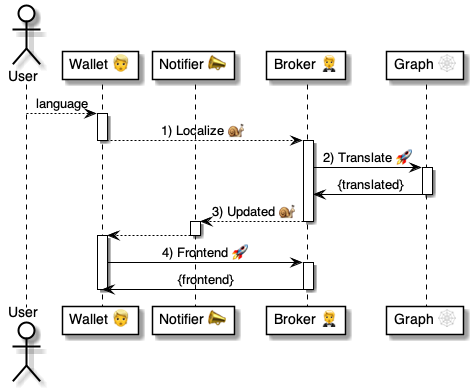
The PlantUML diagram 4 ⚙️ Solution/20 🧑‍🦰 UI/Wallets 🧑‍🦰/🧑‍🦰💬 Wallet chats/...in App 🏠/Set Language 💬🤵/🧑‍🦰 Set Language ⚙️ uml.png in pollyweb-org/pollyweb-docs, before a commit. Its source is kept beside it as 4 ⚙️ Solution/20 🧑‍🦰 UI/Wallets 🧑‍🦰/🧑‍🦰💬 Wallet chats/...in App 🏠/Set Language 💬🤵/🧑‍🦰 Set Language ⚙️ uml.puml.
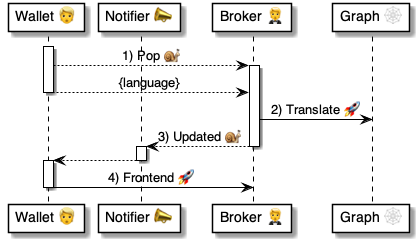
Later version of the same file.

What changed in the source:
```diff
@@ -1,23 +1,16 @@
 @startuml Translate
 
-actor User as user
 participant "Wallet 👱" as wallet
 participant "Notifier 📣" as notifier
 participant "Broker 🤵" as broker
 participant "Graph 🕸" as graph
 
-user --> wallet: language
 activate wallet
-    wallet --> broker: 1) Localize 🐌
+    wallet --> broker: 1) Pop 🐌
+activate broker
+    wallet --> broker: {language}
 deactivate wallet
-
-activate broker
     broker -> graph: 2) Translate 🚀
-
-    activate graph
-        graph -> broker: {translated}
-    deactivate graph
-
     broker --> notifier: 3) Updated 🐌
 deactivate broker
 
@@ -27,9 +20,6 @@
 
 activate wallet
     wallet -> broker: 4) Frontend 🚀
-    activate broker
-        broker -> wallet: {frontend}
-    deactivate broker
 deactivate wallet
 
 @enduml
```
